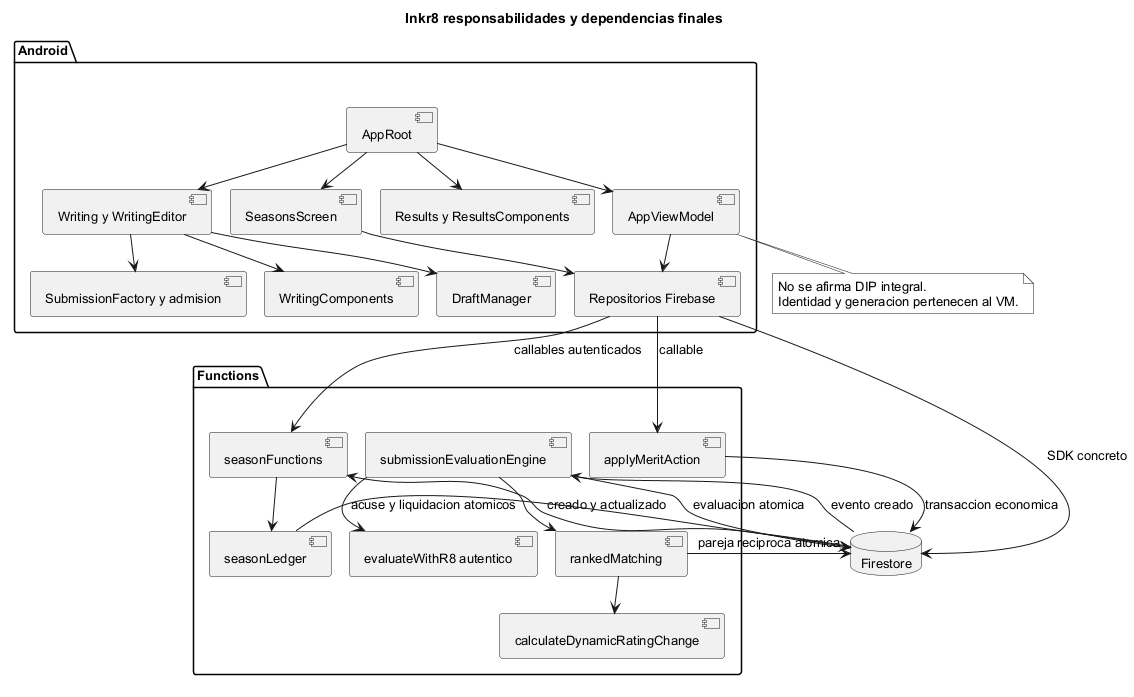
The PlantUML diagram delivery/uml/components.png in Rnz5/Inkr8-ISW2, before a commit.
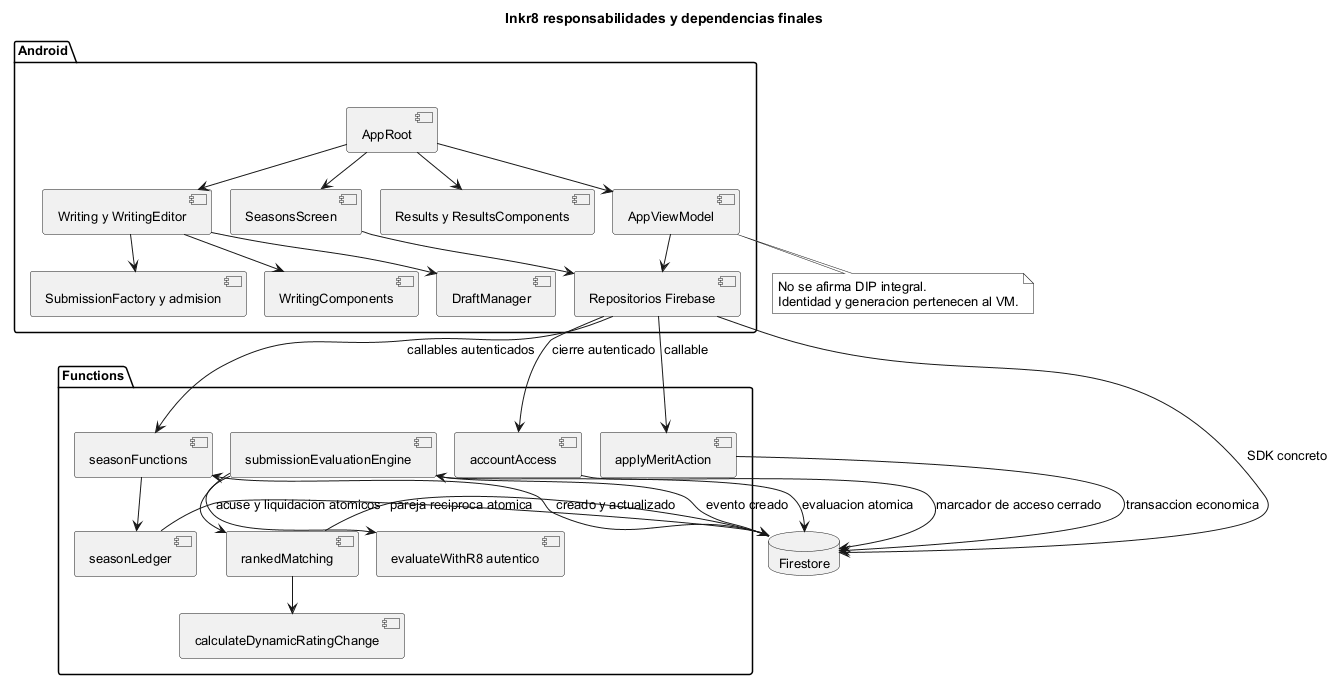
The same file after the commit.

What changed in the source:
```diff
@@ -21,6 +21,7 @@
  [rankedMatching] as M
  [calculateDynamicRatingChange] as C
  [applyMeritAction] as A
+ [accountAccess] as AC
  [seasonLedger] as L
  [seasonFunctions] as F
  [evaluateWithR8 autentico] as R8
@@ -37,6 +38,7 @@
 SS --> R
 R --> DB : SDK concreto
 R --> A : callable
+R --> AC : cierre autenticado
 R --> F : callables autenticados
 DB --> E : evento creado
 E --> R8
@@ -45,6 +47,7 @@
 E --> DB : evaluacion atomica
 M --> DB : pareja reciproca atomica
 A --> DB : transaccion economica
+AC --> DB : marcador de acceso cerrado
 DB --> F : creado y actualizado
 F --> L
 L --> DB : acuse y liquidacion atomicos
```
